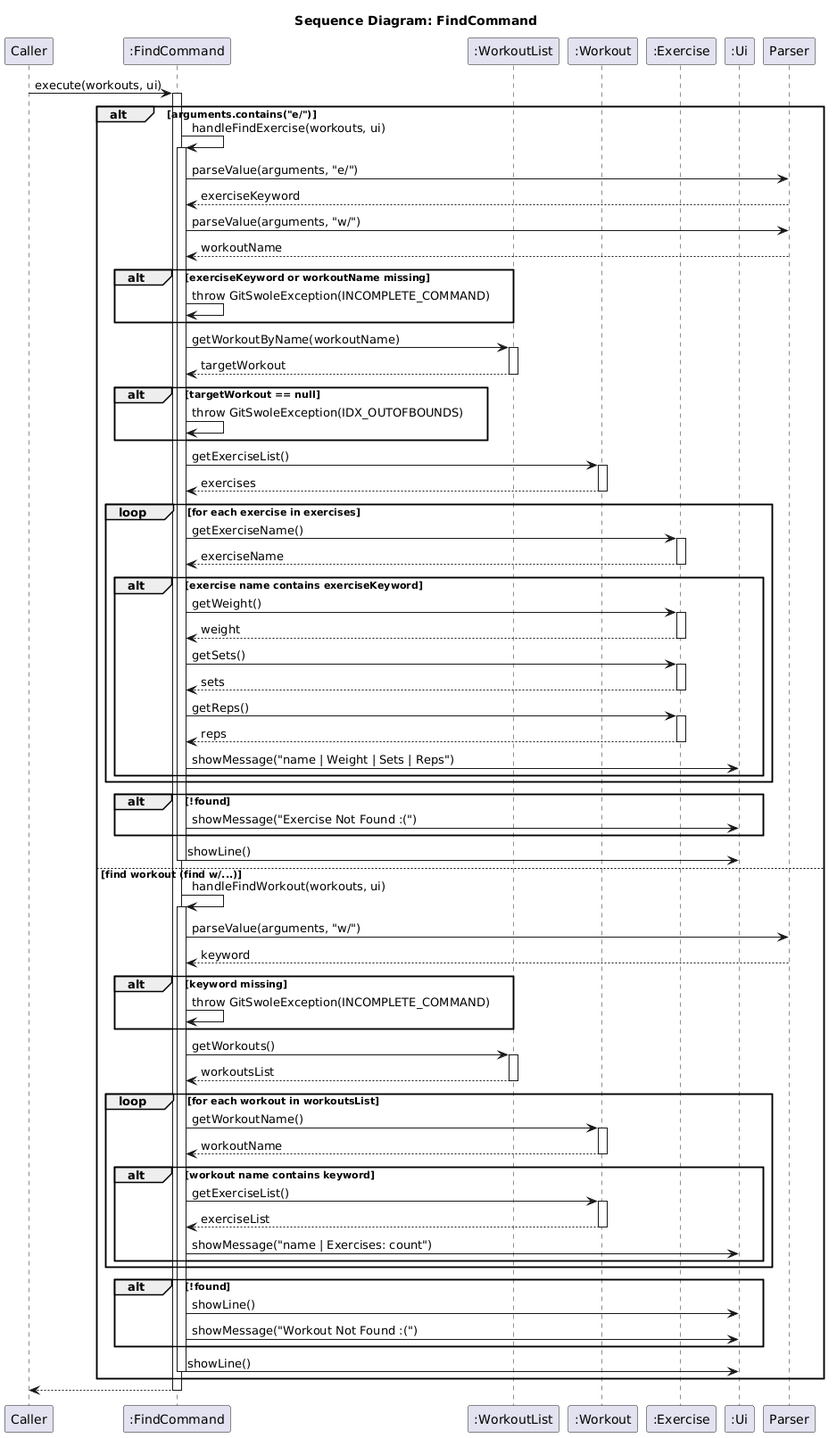
This is docs/diagrams/commands/find/FindCommand.png from shuojiee/tp, a PlantUML export, as it was before one commit. The source it was exported from:
```plantuml
@startuml
title Sequence Diagram: FindCommand

participant "Caller" as Caller
participant ":FindCommand" as Command
participant ":WorkoutList" as WorkoutList
participant ":Workout" as Workout
participant ":Exercise" as Exercise
participant ":Ui" as Ui
participant "Parser" as Parser

Caller -> Command : execute(workouts, ui)
activate Command

alt arguments.contains("e/")
    Command -> Command : handleFindExercise(workouts, ui)
    activate Command

    Command -> Parser : parseValue(arguments, "e/")
    Parser --> Command : exerciseKeyword
    Command -> Parser : parseValue(arguments, "w/")
    Parser --> Command : workoutName

    alt exerciseKeyword or workoutName missing
        Command -> Command : throw GitSwoleException(INCOMPLETE_COMMAND)
    end

    Command -> WorkoutList : getWorkoutByName(workoutName)
    activate WorkoutList
    WorkoutList --> Command : targetWorkout
    deactivate WorkoutList

    alt targetWorkout == null
        Command -> Command : throw GitSwoleException(IDX_OUTOFBOUNDS)
    end

    Command -> Workout : getExerciseList()
    activate Workout
    Workout --> Command : exercises
    deactivate Workout

    loop for each exercise in exercises
        Command -> Exercise : getExerciseName()
        activate Exercise
        Exercise --> Command : exerciseName
        deactivate Exercise

        alt exercise name contains exerciseKeyword
            Command -> Exercise : getWeight()
            activate Exercise
            Exercise --> Command : weight
            deactivate Exercise
            Command -> Exercise : getSets()
            activate Exercise
            Exercise --> Command : sets
            deactivate Exercise
            Command -> Exercise : getReps()
            activate Exercise
            Exercise --> Command : reps
            deactivate Exercise
            Command -> Ui : showMessage("name | Weight | Sets | Reps")
        end
    end

    alt !found
        Command -> Ui : showMessage("Exercise Not Found :(")
    end

    Command -> Ui : showLine()
    deactivate Command

else find workout (find w/...)
    Command -> Command : handleFindWorkout(workouts, ui)
    activate Command

    Command -> Parser : parseValue(arguments, "w/")
    Parser --> Command : keyword

    alt keyword missing
        Command -> Command : throw GitSwoleException(INCOMPLETE_COMMAND)
    end

    Command -> WorkoutList : getWorkouts()
    activate WorkoutList
    WorkoutList --> Command : workoutsList
    deactivate WorkoutList

    loop for each workout in workoutsList
        Command -> Workout : getWorkoutName()
        activate Workout
        Workout --> Command : workoutName
        deactivate Workout

        alt workout name contains keyword
            Command -> Workout : getExerciseList()
            activate Workout
            Workout --> Command : exerciseList
            deactivate Workout
            Command -> Ui : showMessage("name | Exercises: count")
        end
    end

    alt !found
        Command -> Ui : showLine()
        Command -> Ui : showMessage("Workout Not Found :(")
    end

    Command -> Ui : showLine()
    deactivate Command
end

Command --> Caller
deactivate Command
@enduml
```
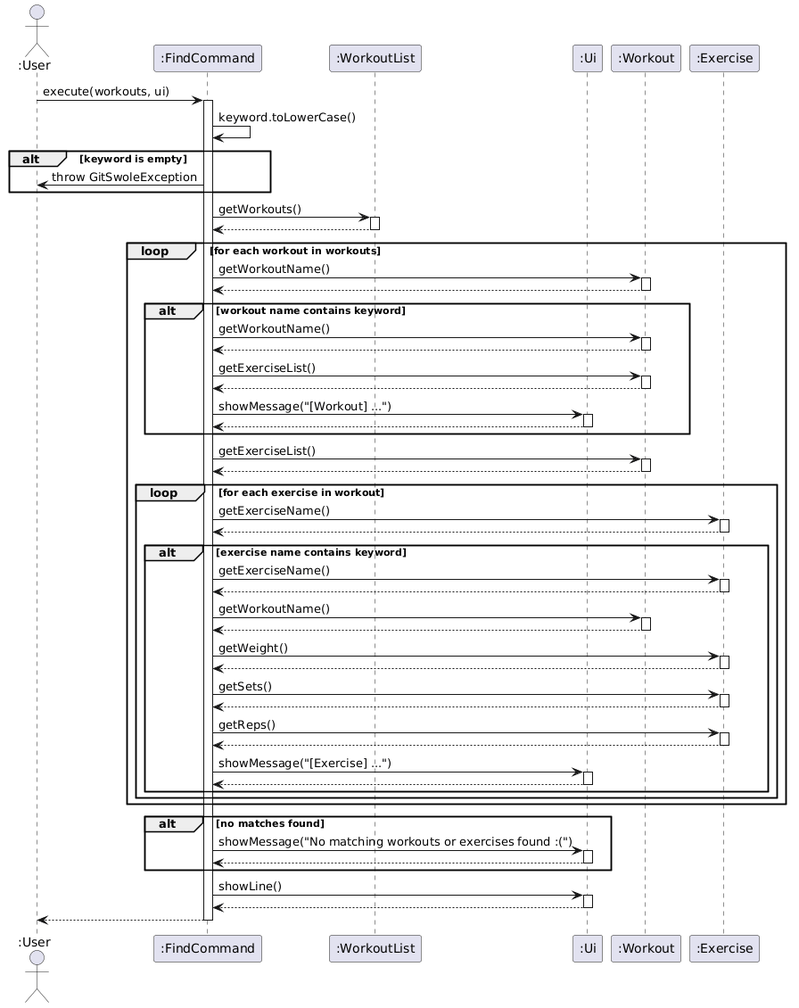
Later version of the same file.

Change to the diagram source:
```diff
@@ -1,114 +1,107 @@
 @startuml
-title Sequence Diagram: FindCommand
+actor ":User" as User
+participant ":FindCommand" as FC
+participant ":WorkoutList" as WL
+participant ":Ui" as UI
+participant ":Workout" as W
+participant ":Exercise" as E
 
-participant "Caller" as Caller
-participant ":FindCommand" as Command
-participant ":WorkoutList" as WorkoutList
-participant ":Workout" as Workout
-participant ":Exercise" as Exercise
-participant ":Ui" as Ui
-participant "Parser" as Parser
+User -> FC : execute(workouts, ui)
+activate FC
 
-Caller -> Command : execute(workouts, ui)
-activate Command
+FC -> FC : keyword.toLowerCase()
 
-alt arguments.contains("e/")
-    Command -> Command : handleFindExercise(workouts, ui)
-    activate Command
+alt keyword is empty
+    FC -> User : throw GitSwoleException
+end
 
-    Command -> Parser : parseValue(arguments, "e/")
-    Parser --> Command : exerciseKeyword
-    Command -> Parser : parseValue(arguments, "w/")
-    Parser --> Command : workoutName
+FC -> WL : getWorkouts()
+activate WL
+WL --> FC
+deactivate WL
 
-    alt exerciseKeyword or workoutName missing
-        Command -> Command : throw GitSwoleException(INCOMPLETE_COMMAND)
+loop for each workout in workouts
+
+    FC -> W : getWorkoutName()
+    activate W
+    W --> FC
+    deactivate W
+
+    alt workout name contains keyword
+        FC -> W : getWorkoutName()
+        activate W
+        W --> FC
+        deactivate W
+
+        FC -> W : getExerciseList()
+        activate W
+        W --> FC
+        deactivate W
+
+        FC -> UI : showMessage("[Workout] ...")
+        activate UI
+        UI --> FC
+        deactivate UI
     end
 
-    Command -> WorkoutList : getWorkoutByName(workoutName)
-    activate WorkoutList
-    WorkoutList --> Command : targetWorkout
-    deactivate WorkoutList
+    FC -> W : getExerciseList()
+    activate W
+    W --> FC
+    deactivate W
 
-    alt targetWorkout == null
-        Command -> Command : throw GitSwoleException(IDX_OUTOFBOUNDS)
-    end
+    loop for each exercise in workout
 
-    Command -> Workout : getExerciseList()
-    activate Workout
-    Workout --> Command : exercises
-    deactivate Workout
+        FC -> E : getExerciseName()
+        activate E
+        E --> FC
+        deactivate E
 
-    loop for each exercise in exercises
-        Command -> Exercise : getExerciseName()
-        activate Exercise
-        Exercise --> Command : exerciseName
-        deactivate Exercise
+        alt exercise name contains keyword
+            FC -> E : getExerciseName()
+            activate E
+            E --> FC
+            deactivate E
 
-        alt exercise name contains exerciseKeyword
-            Command -> Exercise : getWeight()
-            activate Exercise
-            Exercise --> Command : weight
-            deactivate Exercise
-            Command -> Exercise : getSets()
-            activate Exercise
-            Exercise --> Command : sets
-            deactivate Exercise
-            Command -> Exercise : getReps()
-            activate Exercise
-            Exercise --> Command : reps
-            deactivate Exercise
-            Command -> Ui : showMessage("name | Weight | Sets | Reps")
+            FC -> W : getWorkoutName()
+            activate W
+            W --> FC
+            deactivate W
+
+            FC -> E : getWeight()
+            activate E
+            E --> FC
+            deactivate E
+
+            FC -> E : getSets()
+            activate E
+            E --> FC
+            deactivate E
+
+            FC -> E : getReps()
+            activate E
+            E --> FC
+            deactivate E
+
+            FC -> UI : showMessage("[Exercise] ...")
+            activate UI
+            UI --> FC
+            deactivate UI
         end
     end
-
-    alt !found
-        Command -> Ui : showMessage("Exercise Not Found :(")
-    end
-
-    Command -> Ui : showLine()
-    deactivate Command
-
-else find workout (find w/...)
-    Command -> Command : handleFindWorkout(workouts, ui)
-    activate Command
-
-    Command -> Parser : parseValue(arguments, "w/")
-    Parser --> Command : keyword
-
-    alt keyword missing
-        Command -> Command : throw GitSwoleException(INCOMPLETE_COMMAND)
-    end
-
-    Command -> WorkoutList : getWorkouts()
-    activate WorkoutList
-    WorkoutList --> Command : workoutsList
-    deactivate WorkoutList
-
-    loop for each workout in workoutsList
-        Command -> Workout : getWorkoutName()
-        activate Workout
-        Workout --> Command : workoutName
-        deactivate Workout
-
-        alt workout name contains keyword
-            Command -> Workout : getExerciseList()
-            activate Workout
-            Workout --> Command : exerciseList
-            deactivate Workout
-            Command -> Ui : showMessage("name | Exercises: count")
-        end
-    end
-
-    alt !found
-        Command -> Ui : showLine()
-        Command -> Ui : showMessage("Workout Not Found :(")
-    end
-
-    Command -> Ui : showLine()
-    deactivate Command
 end
 
-Command --> Caller
-deactivate Command
+alt no matches found
+    FC -> UI : showMessage("No matching workouts or exercises found :(")
+    activate UI
+    UI --> FC
+    deactivate UI
+end
+
+FC -> UI : showLine()
+activate UI
+UI --> FC
+deactivate UI
+
+FC --> User
+deactivate FC
 @enduml
```
